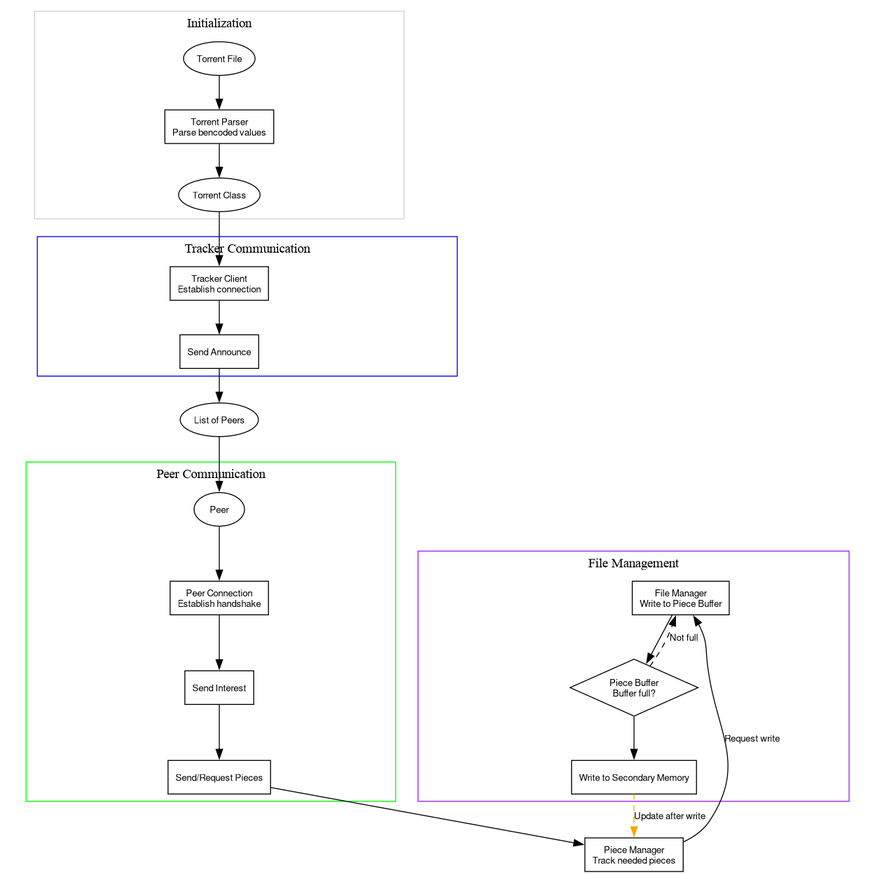
The Graphviz diagram docs/bittorrent.png in ythienpont/yatc, before a commit. Its source is kept beside it as docs/bittorrent.dot. Source of this version:
```dot
digraph BittorrentClient {
    node [shape=box, fontname="Helvetica", fontsize=10];
    edge [fontname="Helvetica", fontsize=10];
    ratio="1.0"

    TorrentFile [shape=ellipse, label="Torrent File"];
    TorrentParser [label="Torrent Parser\nParse bencoded values"];
    TorrentClass [shape=ellipse, label="Torrent Class"];
    TrackerClient [label="Tracker Client\nEstablish connection"];
    Announce [label="Send Announce"];
    ListOfPeers [shape=ellipse, label="List of Peers"];
    Peer [shape=ellipse, label="Peer"];
    PeerConnection [label="Peer Connection\nEstablish handshake"];
    SendInterest [label="Send Interest"];
    SendRequestPieces [label="Send/Request Pieces"];
    PieceManager [label="Piece Manager\nTrack needed pieces"];
    FileManager [label="File Manager\nWrite to Piece Buffer"];
    PieceBuffer [shape=diamond, label="Piece Buffer\nBuffer full?"];
    MemoryWrite [label="Write to Secondary Memory"];

    TorrentFile -> TorrentParser -> TorrentClass -> TrackerClient -> Announce -> ListOfPeers;
    ListOfPeers -> Peer -> PeerConnection -> SendInterest -> SendRequestPieces;

    SendRequestPieces -> PieceManager;
    PieceManager -> FileManager [label="Request write"];
    FileManager -> PieceBuffer -> MemoryWrite;

    PieceBuffer -> FileManager [label="Not full", style="dashed"];
    MemoryWrite -> PieceManager [label="Update after write", style="dashed", color=orange];

    subgraph cluster_tracker {
        color=blue;
        label = "Tracker Communication";
        TrackerClient;
        Announce;
    }

    subgraph cluster_peer_comm {
        color=green;
        label = "Peer Communication";
        Peer;
        PeerConnection;
        SendInterest;
        SendRequestPieces;
    }

    subgraph cluster_file_management {
        color=purple;
        label = "File Management";
        FileManager;
        PieceBuffer;
        MemoryWrite;
    }

    subgraph cluster_initialization {
        color=lightgrey;
        label = "Initialization";
        TorrentFile;
        TorrentParser;
        TorrentClass;
    }
}
```
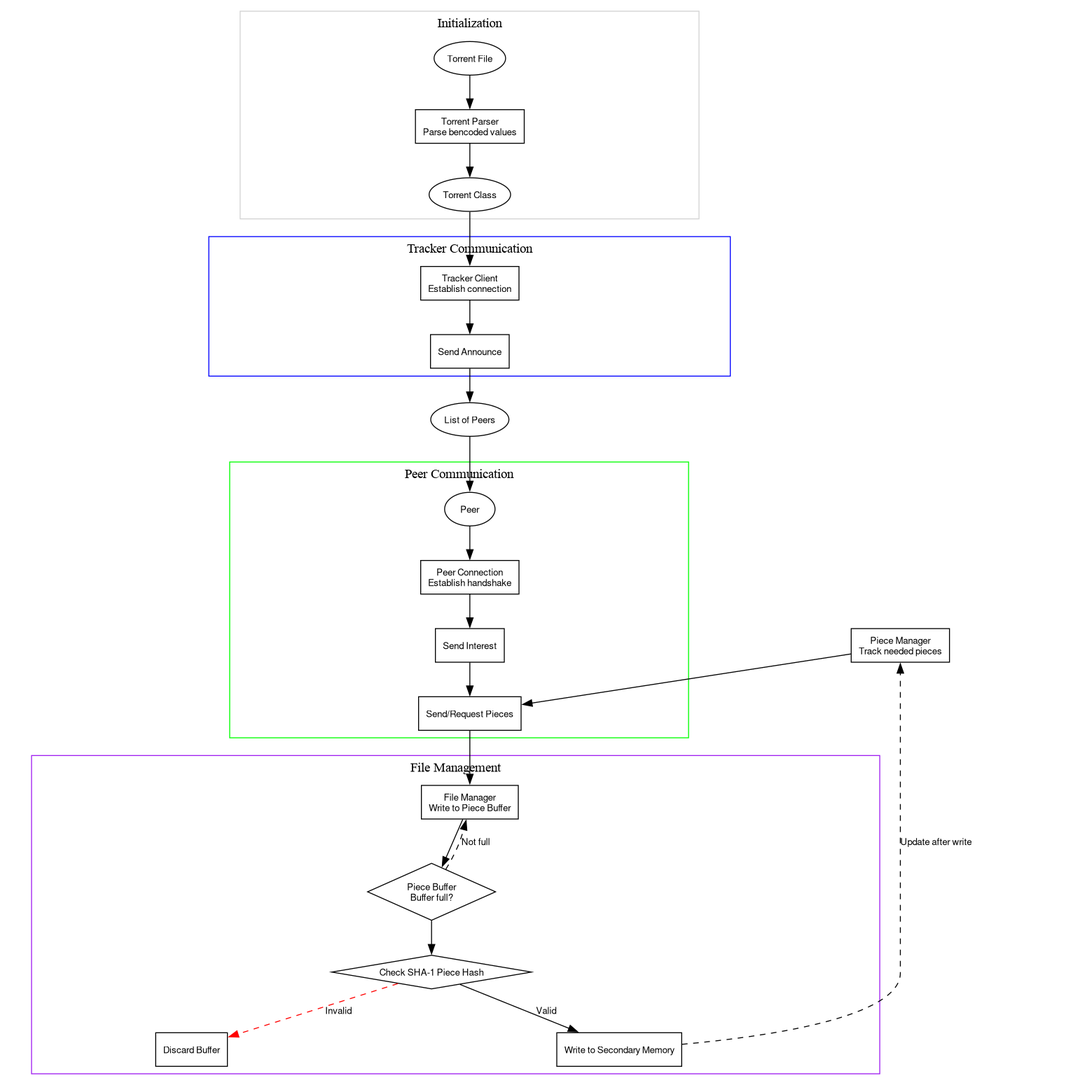
After the commit.

What changed in the source:
```diff
@@ -1,7 +1,7 @@
 digraph BittorrentClient {
     node [shape=box, fontname="Helvetica", fontsize=10];
     edge [fontname="Helvetica", fontsize=10];
-    ratio="1.0"
+    ratio="1.0";
 
     TorrentFile [shape=ellipse, label="Torrent File"];
     TorrentParser [label="Torrent Parser\nParse bencoded values"];
@@ -16,17 +16,21 @@
     PieceManager [label="Piece Manager\nTrack needed pieces"];
     FileManager [label="File Manager\nWrite to Piece Buffer"];
     PieceBuffer [shape=diamond, label="Piece Buffer\nBuffer full?"];
+    CheckHash [shape=diamond, label="Check SHA-1 Piece Hash"];
     MemoryWrite [label="Write to Secondary Memory"];
+    DiscardBuffer [label="Discard Buffer"];
 
     TorrentFile -> TorrentParser -> TorrentClass -> TrackerClient -> Announce -> ListOfPeers;
-    ListOfPeers -> Peer -> PeerConnection -> SendInterest -> SendRequestPieces;
+    ListOfPeers -> Peer -> PeerConnection -> SendInterest -> SendRequestPieces -> FileManager;
 
-    SendRequestPieces -> PieceManager;
-    PieceManager -> FileManager [label="Request write"];
-    FileManager -> PieceBuffer -> MemoryWrite;
+    PieceManager -> SendRequestPieces;
+    FileManager -> PieceBuffer -> CheckHash;
+
+    CheckHash -> MemoryWrite [label="Valid"];
+    CheckHash -> DiscardBuffer [label="Invalid", style="dashed", color=red];
 
     PieceBuffer -> FileManager [label="Not full", style="dashed"];
-    MemoryWrite -> PieceManager [label="Update after write", style="dashed", color=orange];
+    MemoryWrite -> PieceManager [label="Update after write", style="dashed"];
 
     subgraph cluster_tracker {
         color=blue;
@@ -49,7 +53,9 @@
         label = "File Management";
         FileManager;
         PieceBuffer;
+        CheckHash;
         MemoryWrite;
+        DiscardBuffer;
     }
 
     subgraph cluster_initialization {
```
